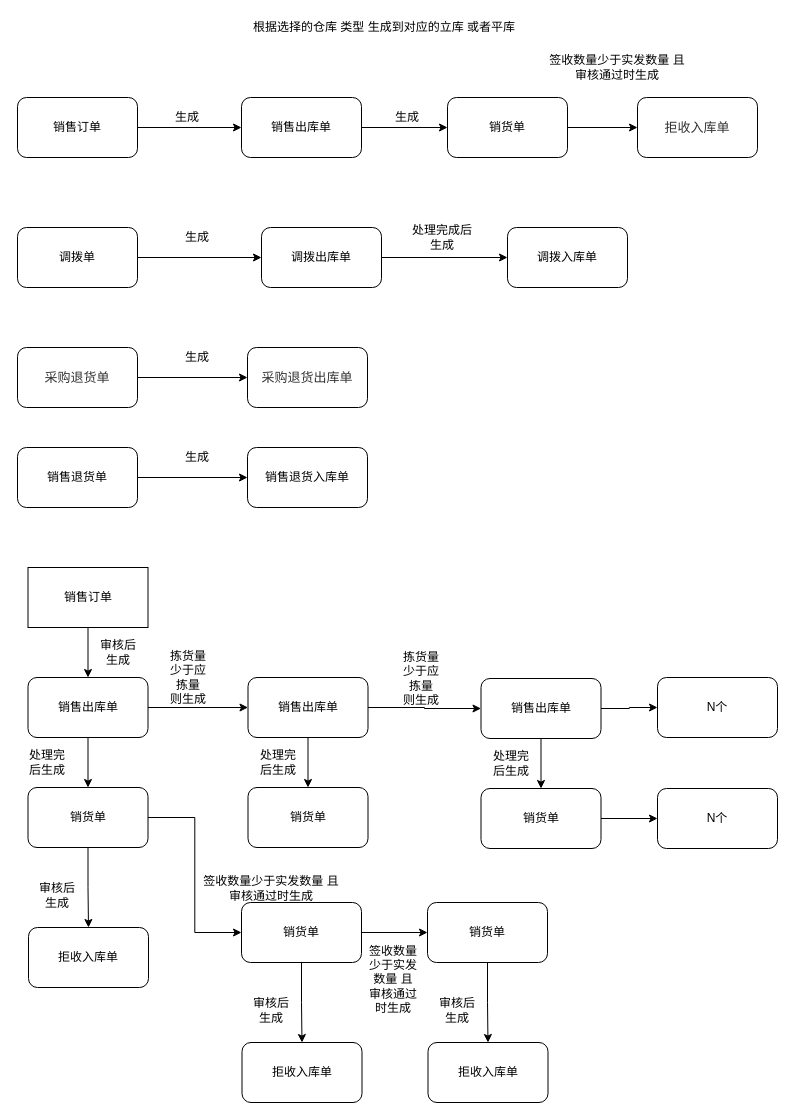
This is Untitled Diagram.drawio from ywspace/vs, a draw.io file, before an edit. Source tidied: cells renumbered, new cells numbered last; positions are measured from the earlier drawing's top-left corner, leaving out a move shared by most shapes. Both pictures are drawn from the tidied source at 100%, with x=0, y=0 at pixel (17, 17).
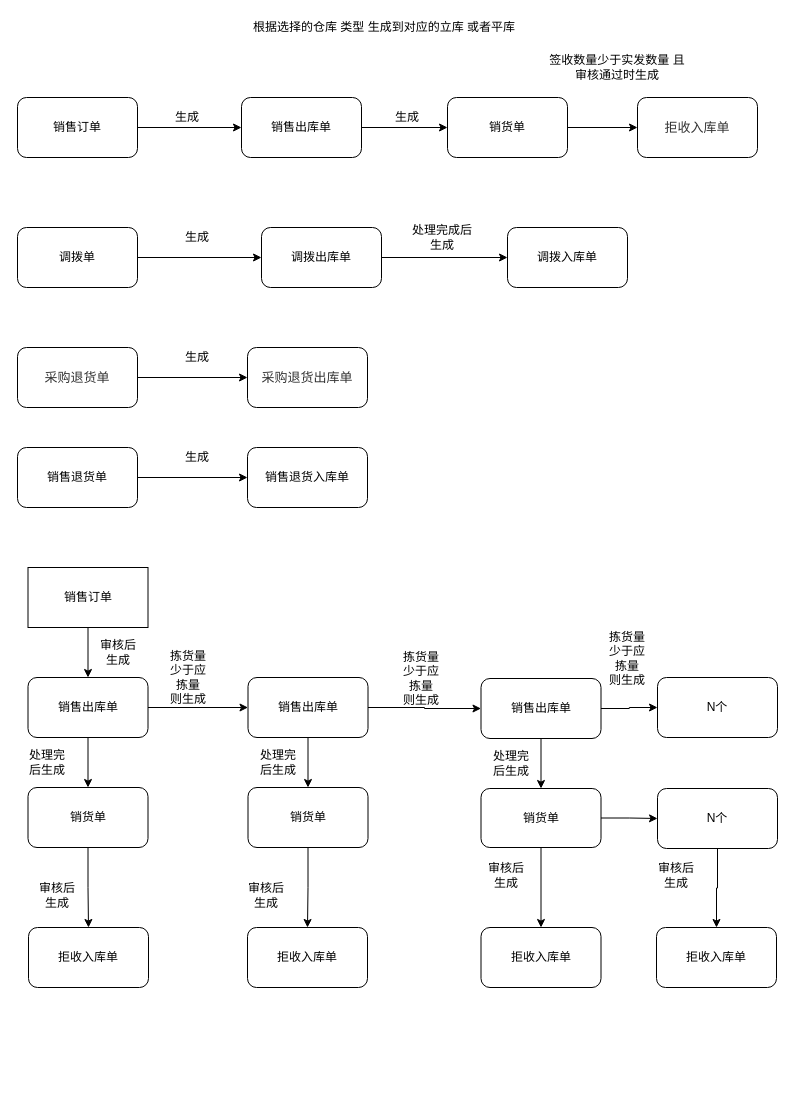
After the change.

The change refers to these unchanged cells:
```xml
<mxCell id="36" value="销货单" style="rounded=1;whiteSpace=wrap;html=1;" parent="1" vertex="1">
  <mxGeometry x="10.5" y="770" width="120" height="60" as="geometry" />
</mxCell>
<mxCell id="42" value="销货单" style="rounded=1;whiteSpace=wrap;html=1;" parent="1" vertex="1">
  <mxGeometry x="230.5" y="770" width="120" height="60" as="geometry" />
</mxCell>
<mxCell id="52" value="N个" style="rounded=1;whiteSpace=wrap;html=1;" parent="1" vertex="1">
  <mxGeometry x="640" y="771" width="120" height="60" as="geometry" />
</mxCell>
```

What changed in the source:
```diff
@@
-    <mxCell id="35" style="edgeStyle=orthogonalEdgeStyle;rounded=0;jettySize=auto;html=1;exitX=1;exitY=0.5;exitDx=0;exitDy=0;entryX=0;entryY=0.5;entryDx=0;entryDy=0;" parent="1" edge="1" source="36" target="57">
-      <mxGeometry relative="1" as="geometry" />
-    </mxCell>
@@
+    <mxCell id="66" style="edgeStyle=orthogonalEdgeStyle;rounded=0;jettySize=auto;html=1;exitX=0.5;exitY=1;exitDx=0;exitDy=0;" parent="1" edge="1" source="42" target="69">
+      <mxGeometry relative="1" as="geometry" />
+    </mxCell>
@@
+    <mxCell id="67" style="edgeStyle=orthogonalEdgeStyle;rounded=0;jettySize=auto;html=1;exitX=0.5;exitY=1;exitDx=0;exitDy=0;entryX=0.5;entryY=0;entryDx=0;entryDy=0;" parent="1" edge="1" source="49" target="71">
+      <mxGeometry relative="1" as="geometry" />
+    </mxCell>
     <mxCell id="49" value="销货单" style="rounded=1;whiteSpace=wrap;html=1;" parent="1" vertex="1">
-      <mxGeometry x="463.5" y="771" width="120" height="60" as="geometry" />
+      <mxGeometry x="463.5" y="771" width="120" height="59" as="geometry" />
     </mxCell>
@@
+    <mxCell id="68" style="edgeStyle=orthogonalEdgeStyle;rounded=0;jettySize=auto;html=1;exitX=0.5;exitY=1;exitDx=0;exitDy=0;entryX=0.5;entryY=0;entryDx=0;entryDy=0;" parent="1" edge="1" source="52" target="73">
+      <mxGeometry relative="1" as="geometry" />
+    </mxCell>
@@
-    <mxCell id="55" style="edgeStyle=orthogonalEdgeStyle;rounded=0;jettySize=auto;html=1;exitX=0.5;exitY=1;exitDx=0;exitDy=0;entryX=0.5;entryY=0;entryDx=0;entryDy=0;" parent="1" edge="1" source="57" target="58">
-      <mxGeometry relative="1" as="geometry" />
-    </mxCell>
-    <mxCell id="56" style="edgeStyle=orthogonalEdgeStyle;rounded=0;jettySize=auto;html=1;exitX=1;exitY=0.5;exitDx=0;exitDy=0;entryX=0;entryY=0.5;entryDx=0;entryDy=0;" parent="1" edge="1" source="57" target="62">
-      <mxGeometry relative="1" as="geometry" />
-    </mxCell>
-    <mxCell id="57" value="销货单" style="rounded=1;whiteSpace=wrap;html=1;" parent="1" vertex="1">
-      <mxGeometry x="224" y="885" width="120" height="60" as="geometry" />
-    </mxCell>
-    <mxCell id="58" value="拒收入库单" style="rounded=1;whiteSpace=wrap;html=1;" parent="1" vertex="1">
-      <mxGeometry x="224.5" y="1025" width="120" height="60" as="geometry" />
-    </mxCell>
-    <mxCell id="59" value="审核后生成" style="text;html=1;strokeColor=none;fillColor=none;align=center;verticalAlign=middle;whiteSpace=wrap;rounded=0;" parent="1" vertex="1">
-      <mxGeometry x="233.5" y="985" width="40" height="15" as="geometry" />
-    </mxCell>
-    <mxCell id="60" value="签收数量少于实发数量 且审核通过时生成" style="text;html=1;strokeColor=none;fillColor=none;align=center;verticalAlign=middle;whiteSpace=wrap;rounded=0;" parent="1" vertex="1">
-      <mxGeometry x="183.5" y="850" width="140" height="41" as="geometry" />
-    </mxCell>
-    <mxCell id="61" style="edgeStyle=orthogonalEdgeStyle;rounded=0;jettySize=auto;html=1;exitX=0.5;exitY=1;exitDx=0;exitDy=0;entryX=0.5;entryY=0;entryDx=0;entryDy=0;" parent="1" edge="1" source="62" target="63">
-      <mxGeometry relative="1" as="geometry" />
-    </mxCell>
-    <mxCell id="62" value="销货单" style="rounded=1;whiteSpace=wrap;html=1;" parent="1" vertex="1">
-      <mxGeometry x="410" y="885" width="120" height="60" as="geometry" />
-    </mxCell>
-    <mxCell id="63" value="拒收入库单" style="rounded=1;whiteSpace=wrap;html=1;" parent="1" vertex="1">
-      <mxGeometry x="410.5" y="1025" width="120" height="60" as="geometry" />
-    </mxCell>
-    <mxCell id="64" value="审核后生成" style="text;html=1;strokeColor=none;fillColor=none;align=center;verticalAlign=middle;whiteSpace=wrap;rounded=0;" parent="1" vertex="1">
-      <mxGeometry x="419.5" y="985" width="40" height="15" as="geometry" />
-    </mxCell>
-    <mxCell id="65" value="签收数量少于实发数量 且审核通过时生成" style="text;html=1;strokeColor=none;fillColor=none;align=center;verticalAlign=middle;whiteSpace=wrap;rounded=0;" parent="1" vertex="1">
-      <mxGeometry x="350.5" y="899" width="50" height="126" as="geometry" />
-    </mxCell>
+    <mxCell id="69" value="拒收入库单" style="rounded=1;whiteSpace=wrap;html=1;" parent="1" vertex="1">
+      <mxGeometry x="230" y="910" width="120" height="60" as="geometry" />
+    </mxCell>
+    <mxCell id="70" value="审核后生成" style="text;html=1;strokeColor=none;fillColor=none;align=center;verticalAlign=middle;whiteSpace=wrap;rounded=0;" parent="1" vertex="1">
+      <mxGeometry x="229" y="870" width="40" height="15" as="geometry" />
+    </mxCell>
+    <mxCell id="71" value="拒收入库单" style="rounded=1;whiteSpace=wrap;html=1;" parent="1" vertex="1">
+      <mxGeometry x="463.5" y="910" width="120" height="60" as="geometry" />
+    </mxCell>
+    <mxCell id="72" value="审核后生成" style="text;html=1;strokeColor=none;fillColor=none;align=center;verticalAlign=middle;whiteSpace=wrap;rounded=0;" parent="1" vertex="1">
+      <mxGeometry x="469" y="850" width="40" height="15" as="geometry" />
+    </mxCell>
+    <mxCell id="73" value="拒收入库单" style="rounded=1;whiteSpace=wrap;html=1;" parent="1" vertex="1">
+      <mxGeometry x="639" y="910" width="120" height="60" as="geometry" />
+    </mxCell>
+    <mxCell id="74" value="审核后生成" style="text;html=1;strokeColor=none;fillColor=none;align=center;verticalAlign=middle;whiteSpace=wrap;rounded=0;" parent="1" vertex="1">
+      <mxGeometry x="639" y="850" width="40" height="15" as="geometry" />
+    </mxCell>
+    <mxCell id="75" value="拣货量少于应拣量 则生成" style="text;html=1;strokeColor=none;fillColor=none;align=center;verticalAlign=middle;whiteSpace=wrap;rounded=0;" parent="1" vertex="1">
+      <mxGeometry x="590" y="631" width="40" height="20" as="geometry" />
+    </mxCell>
```
